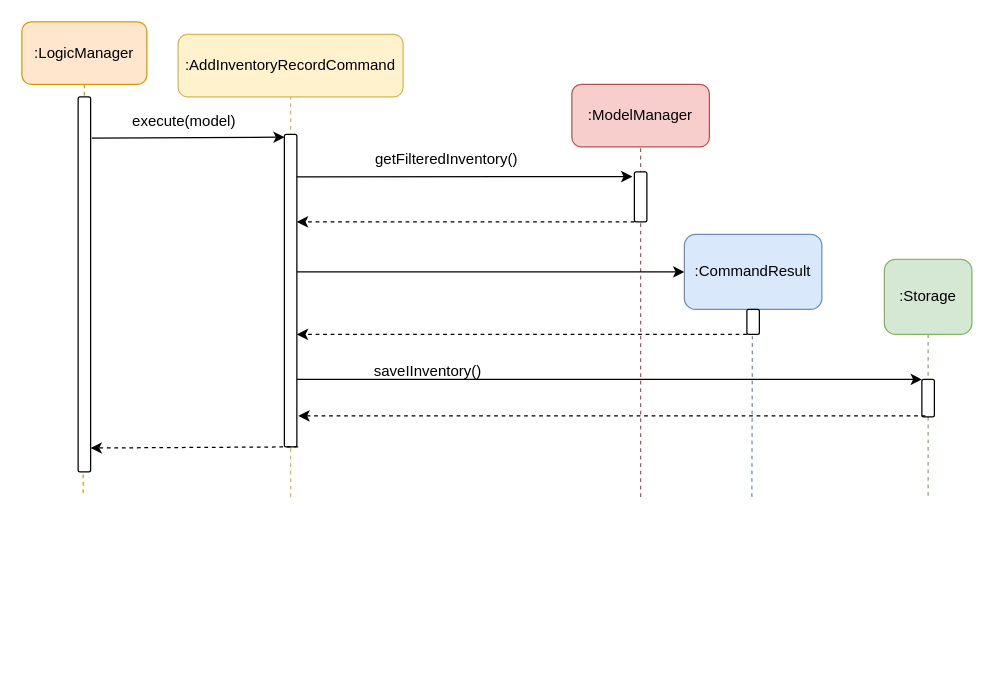
Earlier version of the draw.io diagram docs/diagrams/logic/DeleteInventoryRecordCommandExecuteSequenceDiagram.drawio (nus-cs2103-AY2021S1/tp). Source tidied: cells renumbered, new cells numbered last; positions are measured from the earlier drawing's top-left corner, leaving out a move shared by most shapes. Both pictures are drawn from the tidied source at 125%, with x=0, y=0 at pixel (21, 21).
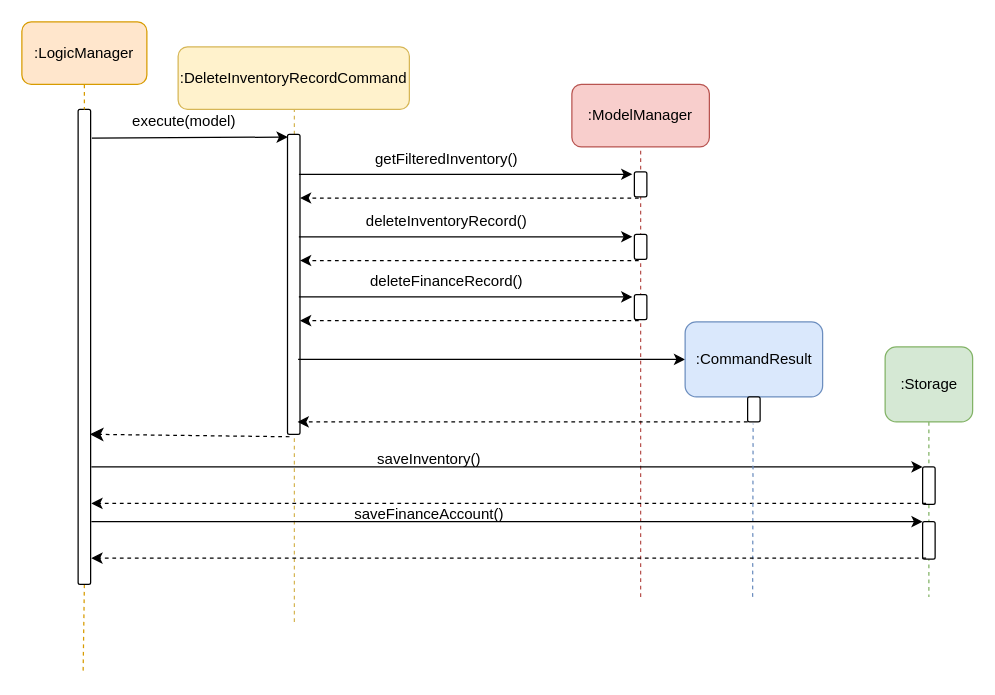
The same diagram, later.

The change refers to these unchanged cells:
```xml
<mxCell id="7" value=":LogicManager" style="rounded=1;whiteSpace=wrap;html=1;fillColor=#ffe6cc;strokeColor=#d79b00;" parent="1" vertex="1">
  <mxGeometry width="100" height="50" as="geometry" />
</mxCell>
<mxCell id="11" value=":ModelManager" style="rounded=1;whiteSpace=wrap;html=1;fillColor=#f8cecc;strokeColor=#b85450;" parent="1" vertex="1">
  <mxGeometry x="440" y="50" width="110" height="50" as="geometry" />
</mxCell>
```

Diff of the diagram source:
```diff
@@
+    <mxCell id="3" style="endArrow=none;dashed=1;html=1;fillColor=#fff2cc;strokeColor=#d6b656;" parent="1" edge="1">
+      <mxGeometry relative="1" as="geometry">
+        <mxPoint x="218" y="480" as="sourcePoint" />
+        <mxPoint x="218" y="70" as="targetPoint" />
+      </mxGeometry>
+    </mxCell>
+    <mxCell id="6" style="html=1;points=[];perimeter=orthogonalPerimeter;rounded=1;" parent="1" vertex="1">
+      <mxGeometry x="212.5" y="90" width="10" height="240" as="geometry" />
+    </mxCell>
     <mxCell id="2" style="endArrow=none;dashed=1;html=1;entryX=0.5;entryY=1;entryDx=0;entryDy=0;fillColor=#f8cecc;strokeColor=#b85450;" parent="1" edge="1" target="11">
       <mxGeometry relative="1" as="geometry">
-        <mxPoint x="495" y="380" as="sourcePoint" />
+        <mxPoint x="495" y="460" as="sourcePoint" />
       </mxGeometry>
     </mxCell>
-    <mxCell id="3" style="endArrow=none;dashed=1;html=1;entryX=0.5;entryY=1;entryDx=0;entryDy=0;fillColor=#fff2cc;strokeColor=#d6b656;" parent="1" edge="1" target="5">
-      <mxGeometry relative="1" as="geometry">
-        <mxPoint x="215" y="380" as="sourcePoint" />
-      </mxGeometry>
-    </mxCell>
-    <mxCell id="4" style="endArrow=none;dashed=1;html=1;fillColor=#ffe6cc;strokeColor=#d79b00;exitX=0.5;exitY=1;exitDx=0;exitDy=0;" parent="1" edge="1" source="7">
+    <mxCell id="4" style="endArrow=none;dashed=1;html=1;fillColor=#ffe6cc;strokeColor=#d79b00;exitX=0.5;exitY=1;exitDx=0;exitDy=0;" parent="1" edge="1" source="8">
       <mxGeometry relative="1" as="geometry">
-        <mxPoint x="49" y="380" as="targetPoint" />
+        <mxPoint x="49" y="520" as="targetPoint" />
       </mxGeometry>
     </mxCell>
-    <mxCell id="5" value=":AddInventoryRecordCommand" style="rounded=1;whiteSpace=wrap;html=1;fillColor=#fff2cc;strokeColor=#d6b656;" parent="1" vertex="1">
-      <mxGeometry x="125" y="10" width="180" height="50" as="geometry" />
+    <mxCell id="5" value=":DeleteInventoryRecordCommand" style="rounded=1;whiteSpace=wrap;html=1;fillColor=#fff2cc;strokeColor=#d6b656;" parent="1" vertex="1">
+      <mxGeometry x="125" y="20" width="185" height="50" as="geometry" />
     </mxCell>
-    <mxCell id="6" style="html=1;points=[];perimeter=orthogonalPerimeter;rounded=1;" parent="1" vertex="1">
-      <mxGeometry x="210" y="90" width="10" height="250" as="geometry" />
-    </mxCell>
@@
-    <mxCell id="8" style="html=1;points=[];perimeter=orthogonalPerimeter;rounded=1;" parent="1" vertex="1">
-      <mxGeometry x="45" y="60" width="10" height="300" as="geometry" />
-    </mxCell>
@@
     <mxCell id="12" style="html=1;points=[];perimeter=orthogonalPerimeter;rounded=1;" parent="1" vertex="1">
-      <mxGeometry x="490" y="120" width="10" height="40" as="geometry" />
+      <mxGeometry x="490" y="120" width="10" height="20" as="geometry" />
     </mxCell>
-    <mxCell id="13" style="endArrow=classic;html=1;entryX=-0.16;entryY=0.095;entryDx=0;entryDy=0;entryPerimeter=0;" parent="1" edge="1" target="12">
-      <mxGeometry relative="1" as="geometry">
-        <mxPoint x="220" y="124" as="sourcePoint" />
-      </mxGeometry>
+    <mxCell id="13" style="endArrow=classic;html=1;entryX=-0.16;entryY=0.095;entryDx=0;entryDy=0;entryPerimeter=0;exitX=0.914;exitY=0.133;exitDx=0;exitDy=0;exitPerimeter=0;" parent="1" edge="1" source="6" target="12">
+      <mxGeometry relative="1" as="geometry" />
     </mxCell>
@@
-    <mxCell id="15" style="endArrow=classic;html=1;dashed=1;" parent="1" edge="1">
-      <mxGeometry relative="1" as="geometry">
-        <mxPoint x="490" y="160" as="sourcePoint" />
-        <mxPoint x="220" y="160" as="targetPoint" />
-      </mxGeometry>
+    <mxCell id="15" style="endArrow=classic;html=1;dashed=1;exitX=0.346;exitY=1.046;exitDx=0;exitDy=0;exitPerimeter=0;" parent="1" edge="1" source="12" target="6">
+      <mxGeometry relative="1" as="geometry" />
     </mxCell>
     <mxCell id="16" style="endArrow=classic;html=1;" parent="1" edge="1">
       <mxGeometry relative="1" as="geometry">
-        <mxPoint x="220" y="200" as="sourcePoint" />
-        <mxPoint x="530" y="200" as="targetPoint" />
+        <mxPoint x="221" y="270" as="sourcePoint" />
+        <mxPoint x="530.6" y="270" as="targetPoint" />
       </mxGeometry>
     </mxCell>
     <mxCell id="17" value=":CommandResult" style="rounded=1;whiteSpace=wrap;html=1;fillColor=#dae8fc;strokeColor=#6c8ebf;" parent="1" vertex="1">
-      <mxGeometry x="530" y="170" width="110" height="60" as="geometry" />
+      <mxGeometry x="530.6" y="240" width="110" height="60" as="geometry" />
     </mxCell>
     <mxCell id="18" style="html=1;points=[];perimeter=orthogonalPerimeter;rounded=1;" parent="1" vertex="1">
-      <mxGeometry x="580" y="230" width="10" height="20" as="geometry" />
+      <mxGeometry x="580.6" y="300" width="10" height="20" as="geometry" />
     </mxCell>
     <mxCell id="19" style="endArrow=classic;html=1;dashed=1;" parent="1" edge="1">
       <mxGeometry relative="1" as="geometry">
-        <mxPoint x="580" y="250" as="sourcePoint" />
-        <mxPoint x="220" y="250" as="targetPoint" />
+        <mxPoint x="580.6" y="320" as="sourcePoint" />
+        <mxPoint x="220.6" y="320" as="targetPoint" />
       </mxGeometry>
     </mxCell>
     <mxCell id="20" style="endArrow=classic;html=1;" parent="1" edge="1">
       <mxGeometry relative="1" as="geometry">
-        <mxPoint x="220" y="286" as="sourcePoint" />
-        <mxPoint x="720" y="286" as="targetPoint" />
+        <mxPoint x="55.6" y="356" as="sourcePoint" />
+        <mxPoint x="720.6" y="356" as="targetPoint" />
       </mxGeometry>
     </mxCell>
     <mxCell id="21" value=":Storage" style="rounded=1;whiteSpace=wrap;html=1;fillColor=#d5e8d4;strokeColor=#82b366;" parent="1" vertex="1">
-      <mxGeometry x="690" y="190" width="70" height="60" as="geometry" />
+      <mxGeometry x="690.6" y="260" width="70" height="60" as="geometry" />
     </mxCell>
     <mxCell id="22" style="endArrow=none;dashed=1;html=1;exitX=0.5;exitY=1;exitDx=0;exitDy=0;fillColor=#d5e8d4;strokeColor=#82b366;" parent="1" edge="1" source="21">
       <mxGeometry relative="1" as="geometry">
-        <mxPoint x="725" y="380" as="targetPoint" />
+        <mxPoint x="725.6" y="460" as="targetPoint" />
       </mxGeometry>
     </mxCell>
     <mxCell id="23" style="html=1;points=[];perimeter=orthogonalPerimeter;rounded=1;" parent="1" vertex="1">
-      <mxGeometry x="720" y="286" width="10" height="30" as="geometry" />
+      <mxGeometry x="720.6" y="356" width="10" height="30" as="geometry" />
     </mxCell>
-    <mxCell id="24" value="saveIInventory()" style="text;html=1;strokeColor=none;fillColor=none;align=center;verticalAlign=middle;whiteSpace=wrap;rounded=0;" parent="1" vertex="1">
-      <mxGeometry x="305" y="270" width="40" height="20" as="geometry" />
+    <mxCell id="24" value="saveInventory()" style="text;html=1;strokeColor=none;fillColor=none;align=center;verticalAlign=middle;whiteSpace=wrap;rounded=0;" parent="1" vertex="1">
+      <mxGeometry x="305.6" y="340" width="40" height="20" as="geometry" />
     </mxCell>
-    <mxCell id="25" style="endArrow=classic;html=1;dashed=1;exitX=0.28;exitY=0.975;exitDx=0;exitDy=0;exitPerimeter=0;entryX=1.12;entryY=0.812;entryDx=0;entryDy=0;entryPerimeter=0;" parent="1" edge="1" source="23">
+    <mxCell id="25" style="endArrow=classic;html=1;dashed=1;exitX=0.28;exitY=0.975;exitDx=0;exitDy=0;exitPerimeter=0;" parent="1" edge="1" source="23">
       <mxGeometry relative="1" as="geometry">
-        <mxPoint x="221.2" y="315.2" as="targetPoint" />
+        <mxPoint x="55.6" y="385.2" as="targetPoint" />
       </mxGeometry>
     </mxCell>
-    <mxCell id="26" style="endArrow=classic;html=1;dashed=1;entryX=0.9;entryY=1.002;entryDx=0;entryDy=0;entryPerimeter=0;" parent="1" edge="1">
-      <mxGeometry relative="1" as="geometry">
-        <mxPoint x="221" y="340" as="sourcePoint" />
-        <mxPoint x="55" y="340.9" as="targetPoint" />
-      </mxGeometry>
-    </mxCell>
     <mxCell id="27" style="endArrow=none;dashed=1;html=1;entryX=0.44;entryY=1.07;entryDx=0;entryDy=0;entryPerimeter=0;fillColor=#dae8fc;strokeColor=#6c8ebf;" parent="1" edge="1" target="18">
       <mxGeometry relative="1" as="geometry">
-        <mxPoint x="584" y="380" as="sourcePoint" />
+        <mxPoint x="584.6" y="460" as="sourcePoint" />
       </mxGeometry>
     </mxCell>
+    <mxCell id="28" style="endArrow=classic;html=1;" parent="1" edge="1">
+      <mxGeometry relative="1" as="geometry">
+        <mxPoint x="55.6" y="399.8" as="sourcePoint" />
+        <mxPoint x="720.6" y="399.8" as="targetPoint" />
+      </mxGeometry>
+    </mxCell>
+    <mxCell id="29" style="html=1;points=[];perimeter=orthogonalPerimeter;rounded=1;" parent="1" vertex="1">
+      <mxGeometry x="720.6" y="399.8" width="10" height="30" as="geometry" />
+    </mxCell>
+    <mxCell id="30" value="saveFinanceAccount()" style="text;html=1;strokeColor=none;fillColor=none;align=center;verticalAlign=middle;whiteSpace=wrap;rounded=0;" parent="1" vertex="1">
+      <mxGeometry x="305.6" y="383.8" width="40" height="20" as="geometry" />
+    </mxCell>
+    <mxCell id="31" style="endArrow=classic;html=1;dashed=1;exitX=0.28;exitY=0.975;exitDx=0;exitDy=0;exitPerimeter=0;" parent="1" edge="1" source="29">
+      <mxGeometry relative="1" as="geometry">
+        <mxPoint x="55.6" y="429" as="targetPoint" />
+      </mxGeometry>
+    </mxCell>
+    <mxCell id="32" style="html=1;verticalAlign=bottom;endArrow=classic;dashed=1;endSize=8;entryX=0.937;entryY=0.684;entryDx=0;entryDy=0;entryPerimeter=0;exitX=0.346;exitY=1.011;exitDx=0;exitDy=0;exitPerimeter=0;endFill=1;" parent="1" edge="1" target="8">
+      <mxGeometry relative="1" as="geometry">
+        <mxPoint x="214.1" y="331.9" as="sourcePoint" />
+      </mxGeometry>
+    </mxCell>
+    <mxCell id="8" style="html=1;points=[];perimeter=orthogonalPerimeter;rounded=1;" parent="1" vertex="1">
+      <mxGeometry x="45" y="70" width="10" height="380" as="geometry" />
+    </mxCell>
+    <mxCell id="33" style="endArrow=none;dashed=1;html=1;fillColor=#ffe6cc;strokeColor=#d79b00;exitX=0.5;exitY=1;exitDx=0;exitDy=0;" parent="1" edge="1" source="7" target="8">
+      <mxGeometry relative="1" as="geometry" />
+    </mxCell>
+    <mxCell id="34" style="html=1;points=[];perimeter=orthogonalPerimeter;rounded=1;" parent="1" vertex="1">
+      <mxGeometry x="490" y="170" width="10" height="20" as="geometry" />
+    </mxCell>
+    <mxCell id="35" style="endArrow=classic;html=1;entryX=-0.16;entryY=0.095;entryDx=0;entryDy=0;entryPerimeter=0;exitX=0.914;exitY=0.133;exitDx=0;exitDy=0;exitPerimeter=0;" parent="1" edge="1" target="34">
+      <mxGeometry relative="1" as="geometry">
+        <mxPoint x="221.6" y="171.9" as="sourcePoint" />
+      </mxGeometry>
+    </mxCell>
+    <mxCell id="36" style="endArrow=classic;html=1;dashed=1;exitX=0.346;exitY=1.046;exitDx=0;exitDy=0;exitPerimeter=0;" parent="1" edge="1" source="34">
+      <mxGeometry relative="1" as="geometry">
+        <mxPoint x="222.5" y="190.9" as="targetPoint" />
+      </mxGeometry>
+    </mxCell>
+    <mxCell id="37" style="html=1;points=[];perimeter=orthogonalPerimeter;rounded=1;" parent="1" vertex="1">
+      <mxGeometry x="490" y="218.1" width="10" height="20" as="geometry" />
+    </mxCell>
+    <mxCell id="38" style="endArrow=classic;html=1;entryX=-0.16;entryY=0.095;entryDx=0;entryDy=0;entryPerimeter=0;exitX=0.914;exitY=0.133;exitDx=0;exitDy=0;exitPerimeter=0;" parent="1" edge="1" target="37">
+      <mxGeometry relative="1" as="geometry">
+        <mxPoint x="221.6" y="220" as="sourcePoint" />
+      </mxGeometry>
+    </mxCell>
+    <mxCell id="39" style="endArrow=classic;html=1;dashed=1;exitX=0.346;exitY=1.046;exitDx=0;exitDy=0;exitPerimeter=0;" parent="1" edge="1" source="37">
+      <mxGeometry relative="1" as="geometry">
+        <mxPoint x="222.5" y="239" as="targetPoint" />
+      </mxGeometry>
+    </mxCell>
+    <mxCell id="40" value="deleteInventoryRecord()" style="text;html=1;strokeColor=none;fillColor=none;align=center;verticalAlign=middle;whiteSpace=wrap;rounded=0;" parent="1" vertex="1">
+      <mxGeometry x="320" y="150" width="40" height="20" as="geometry" />
+    </mxCell>
+    <mxCell id="41" value="deleteFinanceRecord()" style="text;html=1;strokeColor=none;fillColor=none;align=center;verticalAlign=middle;whiteSpace=wrap;rounded=0;" parent="1" vertex="1">
+      <mxGeometry x="320" y="198.1" width="40" height="20" as="geometry" />
+    </mxCell>
```
